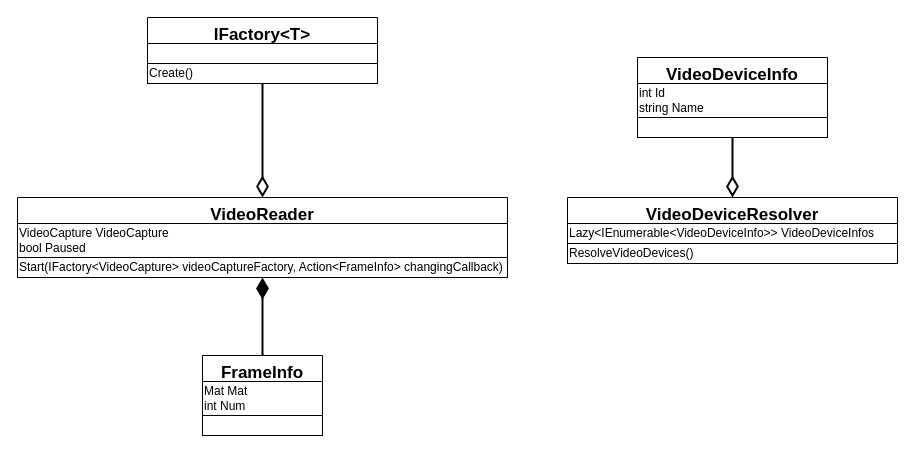
This is page "Reading" (6 of 11) of Engineering/Packets-detailed.drawio from GoldGreen/Skeletonization, a draw.io file, before an edit. Source tidied: cells renumbered, new cells numbered last; positions are measured from the earlier drawing's top-left corner, leaving out a move shared by most shapes. Both pictures are drawn from the tidied source at 100%, with x=0, y=0 at pixel (17, 17).
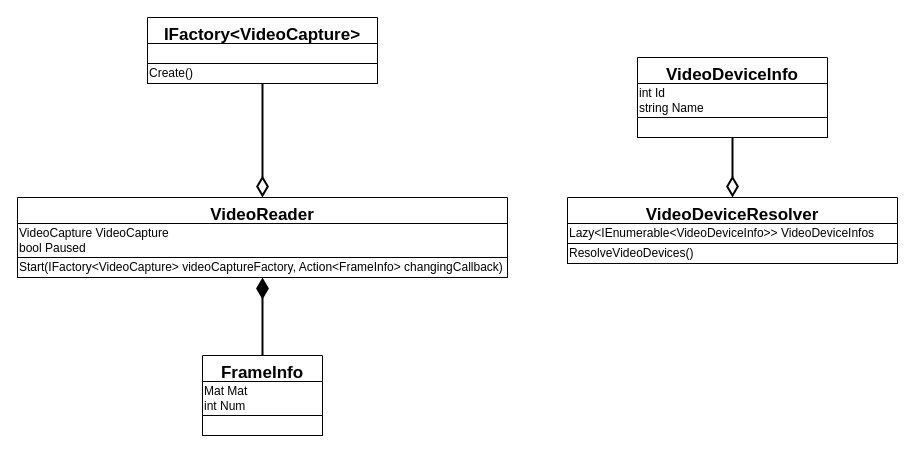
After the change.

Diff of the diagram source:
```diff
@@
 <mxGraphModel>
   <root>
     <mxCell id="0" />
     <mxCell id="1" parent="0" />
     <mxCell id="2" value=" " style="edgeStyle=orthogonalEdgeStyle;rounded=0;jettySize=auto;html=1;exitX=0.5;exitY=0;exitDx=0;exitDy=0;fontSize=17;endArrow=none;endFill=0;startSize=16;endSize=14;strokeWidth=2;entryX=0.5;entryY=1;entryDx=0;entryDy=0;startArrow=diamondThin;startFill=0;" parent="1" edge="1" source="4" target="14">
       <mxGeometry relative="1" as="geometry" />
     </mxCell>
     <mxCell id="3" value=" " style="edgeStyle=orthogonalEdgeStyle;rounded=0;jettySize=auto;html=1;exitX=0.5;exitY=1;exitDx=0;exitDy=0;entryX=0.5;entryY=0;entryDx=0;entryDy=0;fontFamily=Helvetica;fontSize=18;fontColor=default;endArrow=none;endFill=0;startSize=16;endSize=13;strokeWidth=2;startArrow=diamondThin;startFill=1;" parent="1" edge="1" source="4" target="17">
       <mxGeometry relative="1" as="geometry" />
     </mxCell>
     <mxCell id="4" value="VideoReader" style="swimlane;fontStyle=1;align=center;verticalAlign=top;horizontal=1;startSize=26;fontSize=17;" parent="1" vertex="1">
       <mxGeometry y="180" width="490" height="80" as="geometry" />
     </mxCell>
     <mxCell id="5" value="VideoCapture VideoCapture&lt;br&gt;bool Paused" style="rounded=0;whiteSpace=wrap;html=1;fontFamily=Helvetica;fontSize=12;fontColor=default;startSize=26;strokeColor=default;fillColor=default;align=left;" parent="4" vertex="1">
       <mxGeometry y="26" width="490" height="34" as="geometry" />
     </mxCell>
     <mxCell id="6" value="Start(IFactory&amp;lt;VideoCapture&amp;gt; videoCaptureFactory, Action&amp;lt;FrameInfo&amp;gt; changingCallback)" style="rounded=0;whiteSpace=wrap;html=1;fontFamily=Helvetica;fontSize=12;fontColor=default;startSize=26;strokeColor=default;fillColor=default;align=left;" parent="4" vertex="1">
       <mxGeometry y="60" width="490" height="20" as="geometry" />
     </mxCell>
     <mxCell id="7" value=" " style="edgeStyle=orthogonalEdgeStyle;rounded=0;jettySize=auto;html=1;exitX=0.5;exitY=0;exitDx=0;exitDy=0;entryX=0.5;entryY=1;entryDx=0;entryDy=0;fontSize=17;endArrow=none;endFill=0;startSize=16;endSize=14;strokeWidth=2;startArrow=diamondThin;startFill=0;" parent="1" edge="1" source="8" target="11">
       <mxGeometry relative="1" as="geometry" />
     </mxCell>
     <mxCell id="8" value="VideoDeviceResolver" style="swimlane;fontStyle=1;align=center;verticalAlign=top;horizontal=1;startSize=26;fontSize=17;" parent="1" vertex="1">
       <mxGeometry x="550" y="180" width="330" height="66" as="geometry" />
     </mxCell>
     <mxCell id="9" value="Lazy&amp;lt;IEnumerable&amp;lt;VideoDeviceInfo&amp;gt;&amp;gt; VideoDeviceInfos" style="rounded=0;whiteSpace=wrap;html=1;fontFamily=Helvetica;fontSize=12;fontColor=default;startSize=26;strokeColor=default;fillColor=default;align=left;" parent="8" vertex="1">
       <mxGeometry y="26" width="330" height="20" as="geometry" />
     </mxCell>
     <mxCell id="10" value="ResolveVideoDevices()" style="rounded=0;whiteSpace=wrap;html=1;fontFamily=Helvetica;fontSize=12;fontColor=default;startSize=26;strokeColor=default;fillColor=default;align=left;" parent="8" vertex="1">
       <mxGeometry y="46" width="330" height="20" as="geometry" />
     </mxCell>
     <mxCell id="11" value="VideoDeviceInfo" style="swimlane;fontStyle=1;align=center;verticalAlign=top;horizontal=1;startSize=26;fontSize=17;" parent="1" vertex="1">
       <mxGeometry x="620" y="40" width="190" height="80" as="geometry" />
     </mxCell>
     <mxCell id="12" value="int Id&lt;br&gt;string Name" style="rounded=0;whiteSpace=wrap;html=1;fontFamily=Helvetica;fontSize=12;fontColor=default;startSize=26;strokeColor=default;fillColor=default;align=left;" parent="11" vertex="1">
       <mxGeometry y="26" width="190" height="34" as="geometry" />
     </mxCell>
     <mxCell id="13" style="rounded=0;whiteSpace=wrap;html=1;fontFamily=Helvetica;fontSize=12;fontColor=default;startSize=26;strokeColor=default;fillColor=default;align=left;" parent="11" vertex="1">
       <mxGeometry y="60" width="190" height="20" as="geometry" />
     </mxCell>
-    <mxCell id="14" value="IFactory&lt;T&gt;" style="swimlane;fontStyle=1;align=center;verticalAlign=top;horizontal=1;startSize=26;fontSize=17;" parent="1" vertex="1">
+    <mxCell id="14" value="IFactory&lt;VideoCapture&gt;" style="swimlane;fontStyle=1;align=center;verticalAlign=top;horizontal=1;startSize=26;fontSize=17;" parent="1" vertex="1">
       <mxGeometry x="130" width="230" height="66" as="geometry" />
     </mxCell>
     <mxCell id="15" style="rounded=0;whiteSpace=wrap;html=1;fontFamily=Helvetica;fontSize=12;fontColor=default;startSize=26;strokeColor=default;fillColor=default;align=left;" parent="14" vertex="1">
       <mxGeometry y="26" width="230" height="20" as="geometry" />
     </mxCell>
     <mxCell id="16" value="Create()" style="rounded=0;whiteSpace=wrap;html=1;fontFamily=Helvetica;fontSize=12;fontColor=default;startSize=26;strokeColor=default;fillColor=default;align=left;" parent="14" vertex="1">
       <mxGeometry y="46" width="230" height="20" as="geometry" />
     </mxCell>
     <mxCell id="17" value="FrameInfo" style="swimlane;fontStyle=1;align=center;verticalAlign=top;horizontal=1;startSize=26;fontSize=17;" parent="1" vertex="1">
       <mxGeometry x="185" y="338" width="120" height="80" as="geometry" />
     </mxCell>
     <mxCell id="18" value="Mat Mat&lt;br&gt;int Num" style="rounded=0;whiteSpace=wrap;html=1;fontFamily=Helvetica;fontSize=12;fontColor=default;startSize=26;strokeColor=default;fillColor=default;align=left;" parent="17" vertex="1">
       <mxGeometry y="26" width="120" height="34" as="geometry" />
     </mxCell>
     <mxCell id="19" style="rounded=0;whiteSpace=wrap;html=1;fontFamily=Helvetica;fontSize=12;fontColor=default;startSize=26;strokeColor=default;fillColor=default;align=left;" parent="17" vertex="1">
       <mxGeometry y="60" width="120" height="20" as="geometry" />
     </mxCell>
   </root>
 </mxGraphModel>
```
